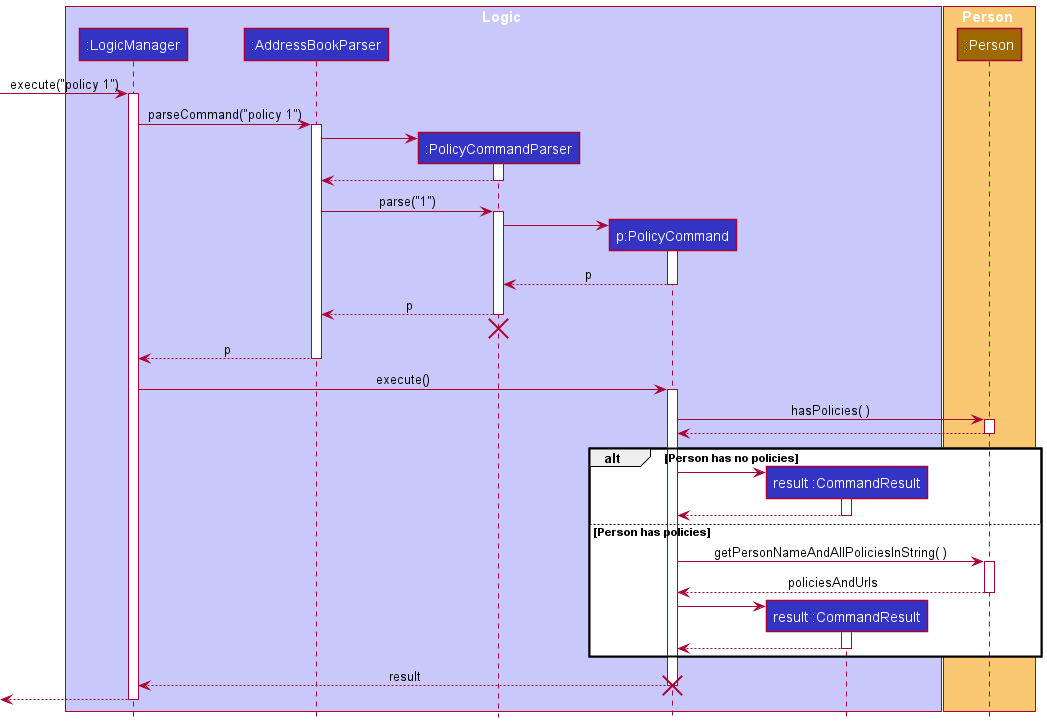
This is docs/images/PolicyCommandDiagram.png from nus-cs2103-AY2021S2/tp, a PlantUML export, as it was before one commit.
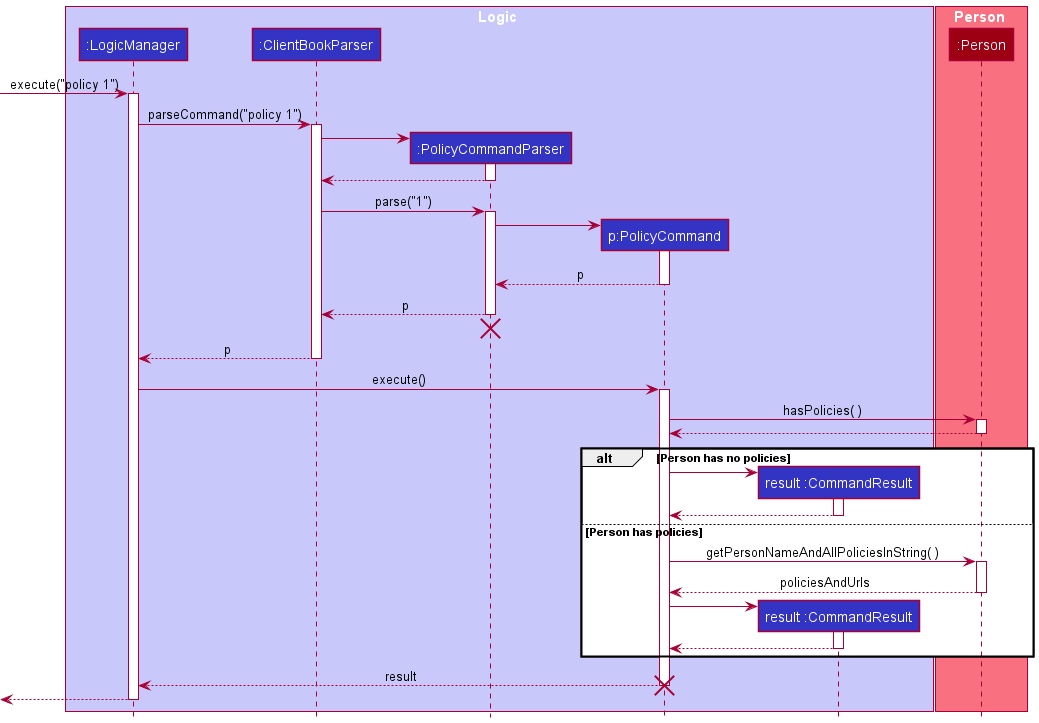
Above is the later version.

The edit, as a diff of the source:
```diff
@@ -3,30 +3,30 @@
 
 box Logic LOGIC_COLOR_T1
 participant ":LogicManager" as LogicManager LOGIC_COLOR
-participant ":AddressBookParser" as AddressBookParser LOGIC_COLOR
+participant ":ClientBookParser" as ClientBookParser LOGIC_COLOR
 participant ":PolicyCommandParser" as PolicyCommandParser LOGIC_COLOR
 participant "p:PolicyCommand" as PolicyCommand LOGIC_COLOR
 participant "result :CommandResult" as CommandResult LOGIC_COLOR
 end box
 
-box Person PERSON_COLOR_T1
-participant ":Person" as Person PERSON_COLOR
+box Person MODEL_COLOR_T1
+participant ":Person" as Person MODEL_COLOR
 end box
 
 [-> LogicManager : execute("policy 1")
 activate LogicManager
 
-LogicManager -> AddressBookParser : parseCommand("policy 1")
-activate AddressBookParser
+LogicManager -> ClientBookParser : parseCommand("policy 1")
+activate ClientBookParser
 
 create PolicyCommandParser
-AddressBookParser -> PolicyCommandParser
+ClientBookParser -> PolicyCommandParser
 activate PolicyCommandParser
 
-PolicyCommandParser --> AddressBookParser
+PolicyCommandParser --> ClientBookParser
 deactivate PolicyCommandParser
 
-AddressBookParser -> PolicyCommandParser : parse("1")
+ClientBookParser -> PolicyCommandParser : parse("1")
 activate PolicyCommandParser
 
 create PolicyCommand
@@ -36,13 +36,13 @@
 PolicyCommand --> PolicyCommandParser : p
 deactivate PolicyCommand
 
-PolicyCommandParser --> AddressBookParser : p
+PolicyCommandParser --> ClientBookParser : p
 deactivate PolicyCommandParser
-PolicyCommandParser -[hidden]-> AddressBookParser
+PolicyCommandParser -[hidden]-> ClientBookParser
 destroy PolicyCommandParser
 
-AddressBookParser --> LogicManager : p
-deactivate AddressBookParser
+ClientBookParser --> LogicManager : p
+deactivate ClientBookParser
 
 LogicManager -> PolicyCommand : execute()
 activate PolicyCommand
```
